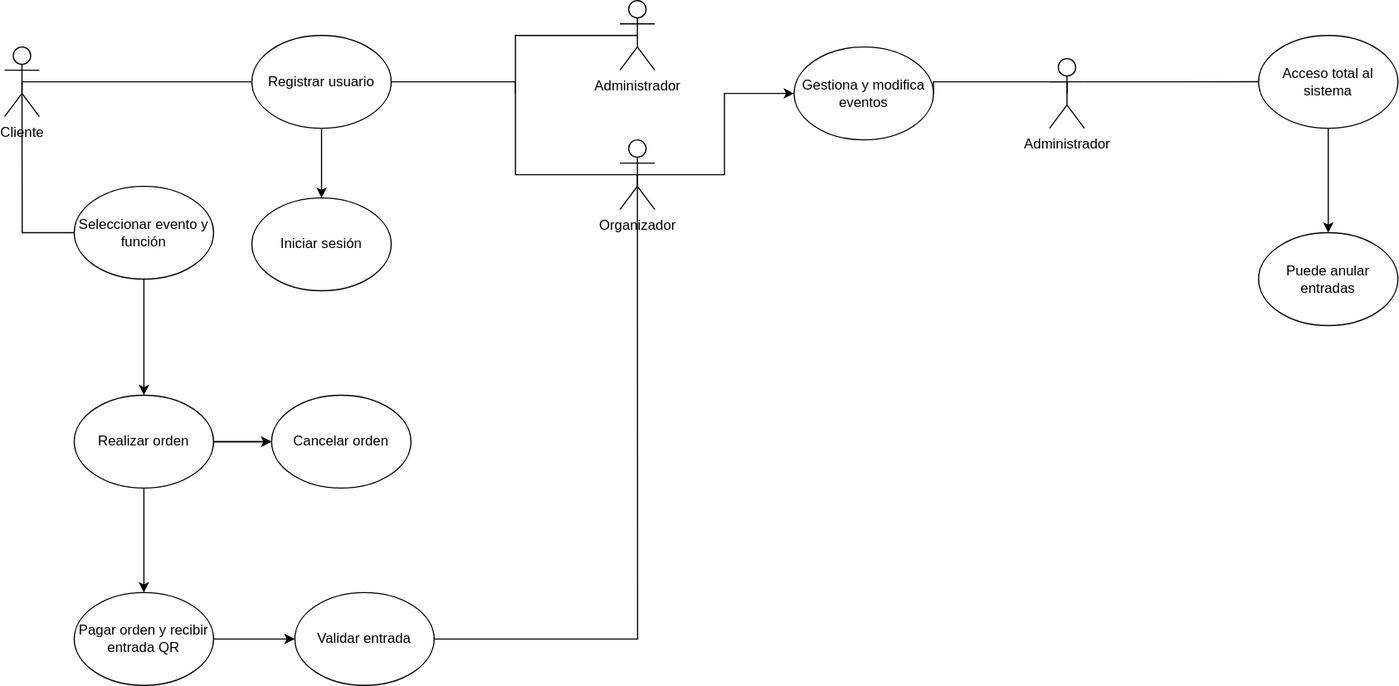
MonkiCapo/AplicacionQR keeps this draw.io diagram as Proyecto/Doc/CasosDeUso.drawio.svg. Above is the earlier version. Source tidied: cells renumbered, new cells last; positions are measured from the earlier drawing's top-left corner, leaving out a move shared by most shapes.
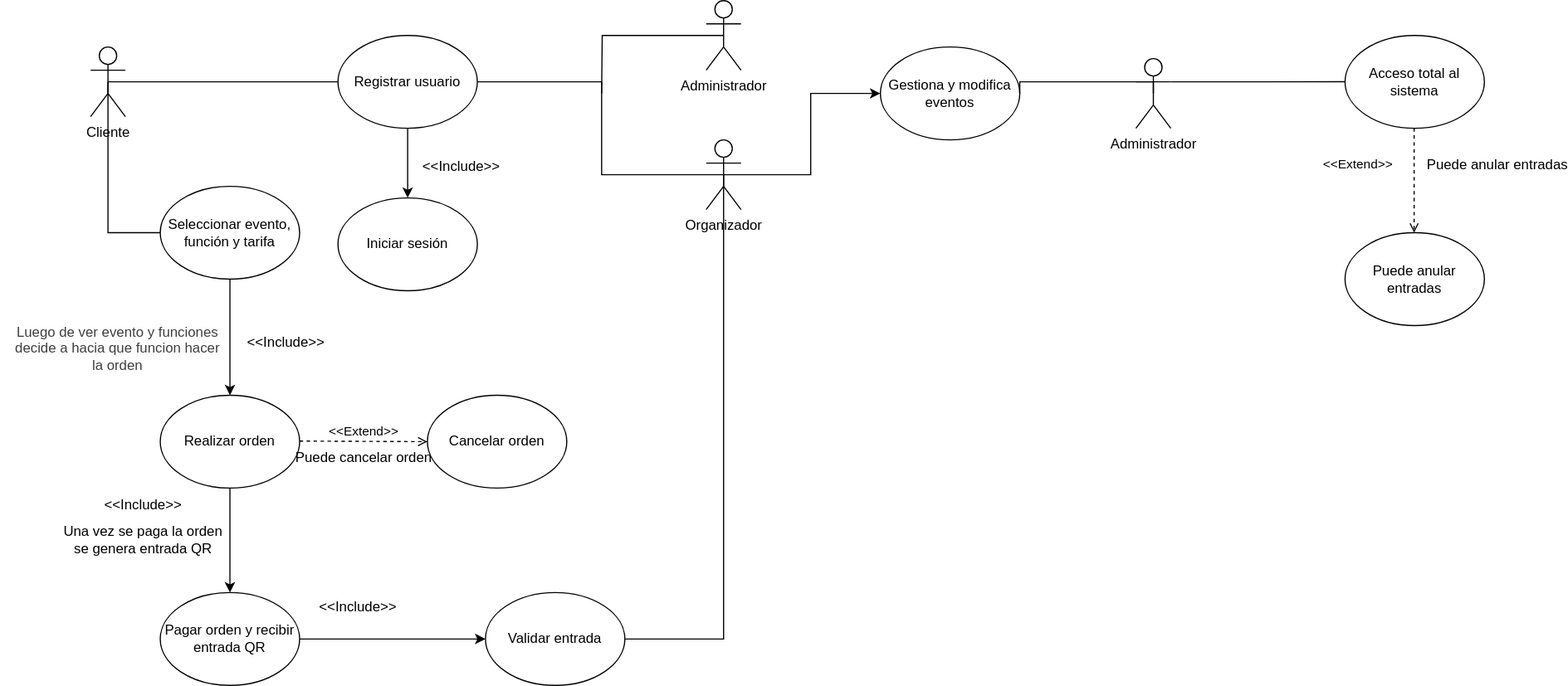
The same diagram one commit later.

Commit message:
Correcciones minimalistas

Change to the diagram source:
```diff
@@ -61,20 +61,12 @@
         <mxPoint x="120" y="340" as="targetPoint" />
       </mxGeometry>
     </mxCell>
-    <mxCell id="15" value="&lt;div&gt;Seleccionar evento y función&amp;nbsp;&lt;/div&gt;" style="ellipse;whiteSpace=wrap;html=1;" parent="1" vertex="1">
+    <mxCell id="15" value="&lt;div&gt;Seleccionar evento, función y tarifa&lt;/div&gt;" style="ellipse;whiteSpace=wrap;html=1;" parent="1" vertex="1">
       <mxGeometry x="60" y="160" width="120" height="80" as="geometry" />
     </mxCell>
     <mxCell id="16" style="edgeStyle=orthogonalEdgeStyle;rounded=0;jettySize=auto;html=1;exitX=0.5;exitY=1;exitDx=0;exitDy=0;entryX=0.5;entryY=0;entryDx=0;entryDy=0;" parent="1" edge="1" source="19" target="21">
       <mxGeometry relative="1" as="geometry" />
     </mxCell>
-    <mxCell id="17" style="edgeStyle=orthogonalEdgeStyle;rounded=0;jettySize=auto;html=1;exitX=1;exitY=0.5;exitDx=0;exitDy=0;" parent="1" edge="1" source="19">
-      <mxGeometry relative="1" as="geometry">
-        <mxPoint x="230" y="380" as="targetPoint" />
-      </mxGeometry>
-    </mxCell>
-    <mxCell id="18" style="edgeStyle=orthogonalEdgeStyle;rounded=0;jettySize=auto;html=1;" parent="1" edge="1" source="19" target="30">
-      <mxGeometry relative="1" as="geometry" />
-    </mxCell>
     <mxCell id="19" value="Realizar orden" style="ellipse;whiteSpace=wrap;html=1;" parent="1" vertex="1">
       <mxGeometry x="60" y="340" width="120" height="80" as="geometry" />
     </mxCell>
@@ -85,7 +77,7 @@
       <mxGeometry x="60" y="510" width="120" height="80" as="geometry" />
     </mxCell>
     <mxCell id="22" value="Validar entrada" style="ellipse;whiteSpace=wrap;html=1;" parent="1" vertex="1">
-      <mxGeometry x="250" y="510" width="120" height="80" as="geometry" />
+      <mxGeometry x="340" y="510" width="120" height="80" as="geometry" />
     </mxCell>
     <mxCell id="23" value="Gestiona y modifica eventos" style="ellipse;whiteSpace=wrap;html=1;" parent="1" vertex="1">
       <mxGeometry x="680" y="40" width="120" height="80" as="geometry" />
@@ -108,14 +100,49 @@
     <mxCell id="27" value="&lt;div&gt;Puede anular entradas&lt;/div&gt;" style="ellipse;whiteSpace=wrap;html=1;" parent="1" vertex="1">
       <mxGeometry x="1080" y="200" width="120" height="80" as="geometry" />
     </mxCell>
-    <mxCell id="28" style="edgeStyle=orthogonalEdgeStyle;rounded=0;jettySize=auto;html=1;exitX=0.5;exitY=1;exitDx=0;exitDy=0;entryX=0.5;entryY=0;entryDx=0;entryDy=0;" parent="1" edge="1" source="29" target="27">
-      <mxGeometry relative="1" as="geometry" />
-    </mxCell>
     <mxCell id="29" value="Acceso total al sistema" style="ellipse;whiteSpace=wrap;html=1;" parent="1" vertex="1">
       <mxGeometry x="1080" y="30" width="120" height="80" as="geometry" />
     </mxCell>
     <mxCell id="30" value="Cancelar orden" style="ellipse;whiteSpace=wrap;html=1;" parent="1" vertex="1">
-      <mxGeometry x="230" y="340" width="120" height="80" as="geometry" />
+      <mxGeometry x="290" y="340" width="120" height="80" as="geometry" />
     </mxCell>
+    <mxCell id="31" value="&amp;lt;&amp;lt;Include&amp;gt;&amp;gt;" style="text;html=1;align=center;verticalAlign=middle;strokeColor=none;fillColor=none;" parent="1" vertex="1">
+      <mxGeometry x="274" y="128" width="90" height="30" as="geometry" />
+    </mxCell>
+    <mxCell id="32" value="&amp;lt;&amp;lt;Include&amp;gt;&amp;gt;" style="text;html=1;align=center;verticalAlign=middle;strokeColor=none;fillColor=none;" parent="1" vertex="1">
+      <mxGeometry x="123" y="280" width="90" height="30" as="geometry" />
+    </mxCell>
+    <mxCell id="33" value="&lt;span style=&quot;color: rgb(63, 63, 63);&quot;&gt;Luego de ver evento y funciones&lt;br&gt;decide a hacia que funcion hacer&lt;br&gt;la orden&lt;/span&gt;" style="text;html=1;align=center;verticalAlign=middle;strokeColor=none;fillColor=none;" parent="1" vertex="1">
+      <mxGeometry x="-77" y="270" width="200" height="60" as="geometry" />
+    </mxCell>
+    <mxCell id="34" value="&amp;lt;&amp;lt;Include&amp;gt;&amp;gt;" style="text;html=1;align=center;verticalAlign=middle;strokeColor=none;fillColor=none;" parent="1" vertex="1">
+      <mxGeometry y="420" width="90" height="30" as="geometry" />
+    </mxCell>
+    <mxCell id="35" value="Una vez se paga la orden&lt;br&gt;se genera entrada QR" style="text;html=1;align=center;verticalAlign=middle;strokeColor=none;fillColor=none;" parent="1" vertex="1">
+      <mxGeometry x="-35" y="445" width="160" height="40" as="geometry" />
+    </mxCell>
+    <mxCell id="36" value="&amp;lt;&amp;lt;Include&amp;gt;&amp;gt;" style="text;html=1;align=center;verticalAlign=middle;strokeColor=none;fillColor=none;" parent="1" vertex="1">
+      <mxGeometry x="185" y="508" width="90" height="30" as="geometry" />
+    </mxCell>
+    <mxCell id="37" value="&amp;lt;&amp;lt;Extend&amp;gt;&amp;gt;" style="endArrow=open;html=1;rounded=0;align=center;verticalAlign=bottom;dashed=1;endFill=0;labelBackgroundColor=none;" parent="1" edge="1">
+      <mxGeometry relative="1" as="geometry">
+        <mxPoint x="180" y="379.5" as="sourcePoint" />
+        <mxPoint x="290" y="380" as="targetPoint" />
+      </mxGeometry>
+    </mxCell>
+    <mxCell id="38" value="Puede cancelar orden" style="html=1;align=center;verticalAlign=top;labelBackgroundColor=none;" parent="37" vertex="1">
+      <mxGeometry relative="1" as="geometry" />
+    </mxCell>
+    <mxCell id="39" value="&amp;lt;&amp;lt;Extend&amp;gt;&amp;gt;" style="endArrow=open;html=1;rounded=0;align=center;verticalAlign=bottom;dashed=1;endFill=0;labelBackgroundColor=none;entryX=0.5;entryY=0;entryDx=0;entryDy=0;exitX=0.5;exitY=1;exitDx=0;exitDy=0;" parent="1" edge="1">
+      <mxGeometry x="-0.11" y="-49" relative="1" as="geometry">
+        <mxPoint x="1139.5" y="110" as="sourcePoint" />
+        <mxPoint x="1139.5" y="200" as="targetPoint" />
+      </mxGeometry>
+    </mxCell>
+    <mxCell id="40" value="Puede anular entradas" style="html=1;align=center;verticalAlign=top;labelBackgroundColor=none;" parent="39" vertex="1">
+      <mxGeometry relative="1" as="geometry">
+        <mxPoint x="71" y="-27" as="offset" />
+      </mxGeometry>
+    </mxCell>
   </root>
 </mxGraphModel>
```
